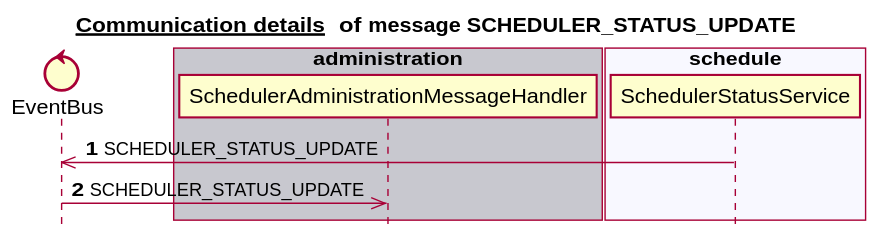
mercedes-benz/sechub keeps this PlantUML diagram as docs/latest/images/gen_domain_messaging_scheduler_status_update.svg. Above is the earlier version.
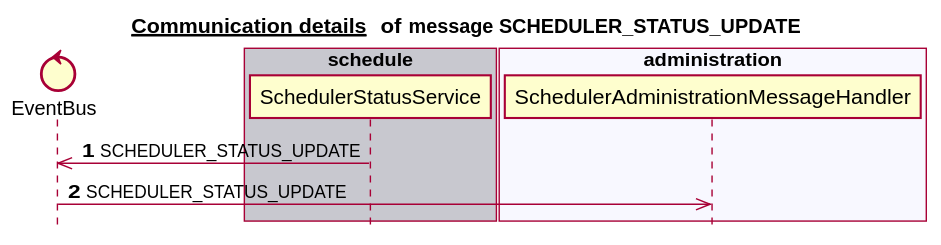
After the change.

Diff of the diagram source:
```diff
@@ -6,17 +6,17 @@
 
 
 control EventBus
-box "authorization" #C8C8CF
+box "schedule" #C8C8CF
+   participant SchedulerStatusService
 end box
 box "scan" #F8F8FF
 end box
-box "administration" #C8C8CF
+box "notification" #C8C8CF
+end box
+box "administration" #F8F8FF
    participant SchedulerAdministrationMessageHandler
 end box
-box "schedule" #F8F8FF
-   participant SchedulerStatusService
-end box
-box "notification" #C8C8CF
+box "authorization" #C8C8CF
 end box
 autonumber 1
 SchedulerStatusService ->> EventBus:SCHEDULER_STATUS_UPDATE
```
